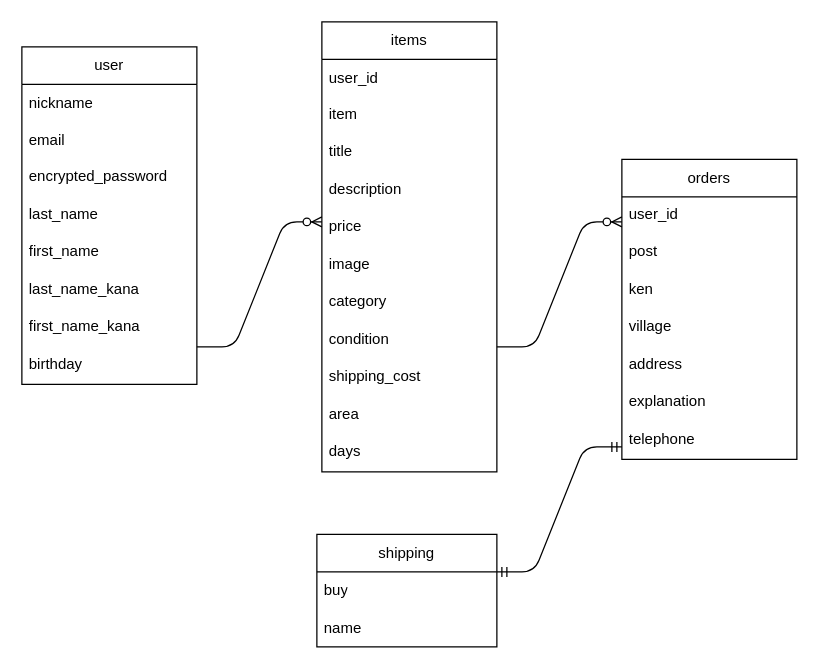
Above: furima.dio in 20230824/furima-39867 (draw.io), before the change. Source tidied: cells renumbered, new cells numbered last; positions are measured from the earlier drawing's top-left corner, leaving out a move shared by most shapes. Both pictures are drawn from the tidied source at 125%, with x=0, y=0 at pixel (21, 21).
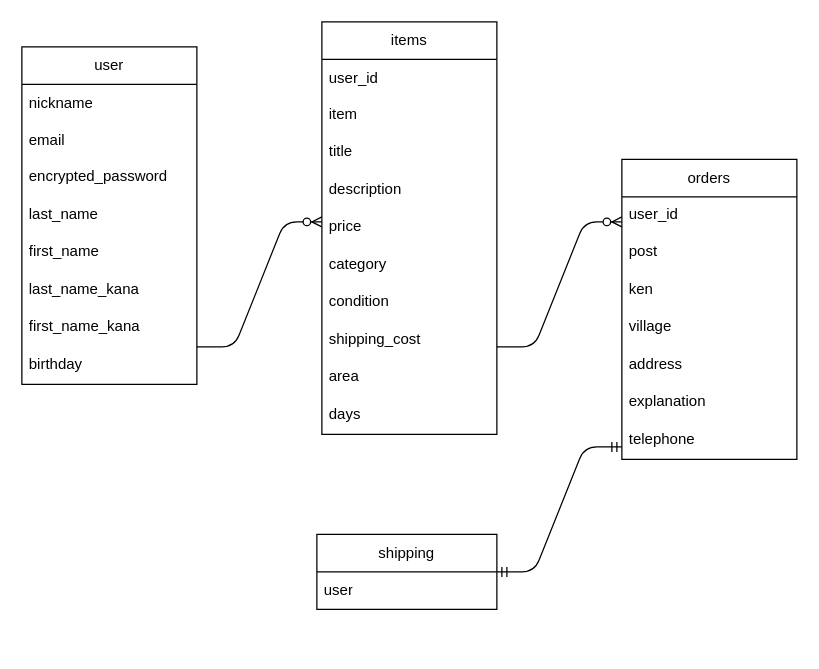
Above is the later version.

Commit message (it also covers changes not shown here):
データベース設計、修正

Change to the diagram source:
```diff
@@
     <mxCell id="11" value="shipping" style="swimlane;fontStyle=0;horizontal=1;startSize=30;whiteSpace=wrap;html=1;" parent="1" vertex="1">
-      <mxGeometry x="236" y="410" width="144" height="90" as="geometry" />
+      <mxGeometry x="236" y="410" width="144" height="60" as="geometry" />
     </mxCell>
-    <mxCell id="12" value="buy" style="text;strokeColor=none;fillColor=none;align=left;verticalAlign=middle;spacingLeft=4;spacingRight=4;overflow=hidden;whiteSpace=wrap;html=1;" parent="11" vertex="1">
-      <mxGeometry y="30" width="144" height="30" as="geometry" />
-    </mxCell>
-    <mxCell id="13" value="name" style="text;strokeColor=none;fillColor=none;align=left;verticalAlign=middle;spacingLeft=4;spacingRight=4;overflow=hidden;whiteSpace=wrap;html=1;" parent="11" vertex="1">
-      <mxGeometry y="60" width="144" height="30" as="geometry" />
+    <mxCell id="13" value="user" style="text;strokeColor=none;fillColor=none;align=left;verticalAlign=middle;spacingLeft=4;spacingRight=4;overflow=hidden;whiteSpace=wrap;html=1;" parent="11" vertex="1">
+      <mxGeometry y="30" width="144" height="30" as="geometry" />
     </mxCell>
     <mxCell id="14" value="items" style="swimlane;fontStyle=0;horizontal=1;startSize=30;whiteSpace=wrap;html=1;" parent="1" vertex="1">
-      <mxGeometry x="240" width="140" height="360" as="geometry" />
+      <mxGeometry x="240" width="140" height="330" as="geometry" />
     </mxCell>
@@
-    <mxCell id="20" value="image" style="text;strokeColor=none;fillColor=none;spacingLeft=4;spacingRight=4;overflow=hidden;fontSize=12;" parent="14" vertex="1">
-      <mxGeometry y="180" width="140" height="30" as="geometry" />
-    </mxCell>
     <mxCell id="21" value="category " style="text;strokeColor=none;fillColor=none;spacingLeft=4;spacingRight=4;overflow=hidden;fontSize=12;" parent="14" vertex="1">
-      <mxGeometry y="210" width="140" height="30" as="geometry" />
+      <mxGeometry y="180" width="140" height="30" as="geometry" />
     </mxCell>
     <mxCell id="22" value="condition" style="text;strokeColor=none;fillColor=none;spacingLeft=4;spacingRight=4;overflow=hidden;fontSize=12;" parent="14" vertex="1">
-      <mxGeometry y="240" width="140" height="30" as="geometry" />
+      <mxGeometry y="210" width="140" height="30" as="geometry" />
     </mxCell>
     <mxCell id="23" value="shipping_cost" style="text;strokeColor=none;fillColor=none;spacingLeft=4;spacingRight=4;overflow=hidden;fontSize=12;" parent="14" vertex="1">
-      <mxGeometry y="270" width="140" height="30" as="geometry" />
+      <mxGeometry y="240" width="140" height="30" as="geometry" />
     </mxCell>
     <mxCell id="24" value="area " style="text;strokeColor=none;fillColor=none;spacingLeft=4;spacingRight=4;overflow=hidden;fontSize=12;" parent="14" vertex="1">
-      <mxGeometry y="300" width="140" height="30" as="geometry" />
+      <mxGeometry y="270" width="140" height="30" as="geometry" />
     </mxCell>
     <mxCell id="25" value="days  " style="text;strokeColor=none;fillColor=none;spacingLeft=4;spacingRight=4;overflow=hidden;fontSize=12;" parent="14" vertex="1">
-      <mxGeometry y="330" width="140" height="30" as="geometry" />
+      <mxGeometry y="300" width="140" height="30" as="geometry" />
     </mxCell>
```
